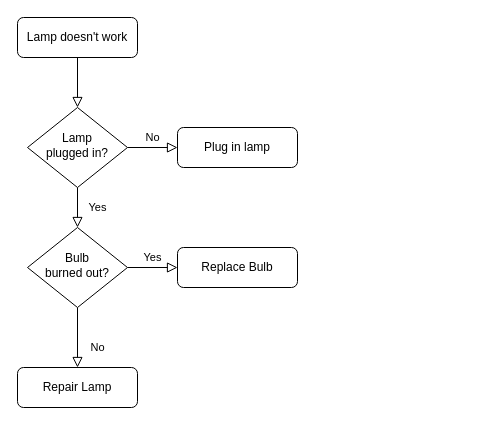
Earlier version of the draw.io diagram 服务端版本控制流程图.drawio (luohui1997/graph). Source tidied: cells renumbered, new cells numbered last; positions are measured from the earlier drawing's top-left corner, leaving out a move shared by most shapes. Both pictures are drawn from the tidied source at 100%, with x=0, y=0 at pixel (17, 17).
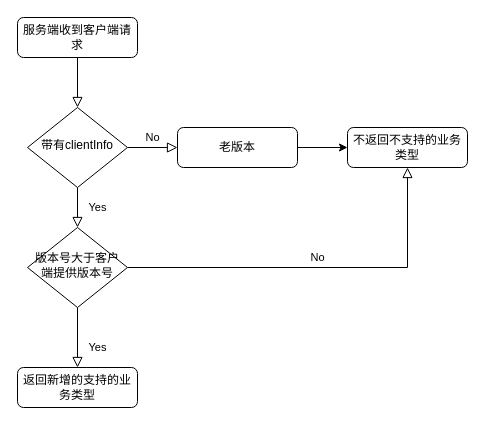
After the change.

Commit message:
更新服务端版本控制流程图.drawio

Diff of the diagram source:
```diff
@@
 <mxGraphModel>
   <root>
     <mxCell id="0" />
     <mxCell id="1" parent="0" />
     <mxCell id="2" style="rounded=0;html=1;jettySize=auto;fontSize=11;endArrow=block;endFill=0;endSize=8;strokeWidth=1;shadow=0;labelBackgroundColor=none;edgeStyle=orthogonalEdgeStyle;" parent="1" edge="1" source="3" target="6">
       <mxGeometry relative="1" as="geometry" />
     </mxCell>
-    <mxCell id="3" value="Lamp doesn't work" style="rounded=1;whiteSpace=wrap;html=1;fontSize=12;glass=0;strokeWidth=1;shadow=0;" parent="1" vertex="1">
+    <mxCell id="3" value="服务端收到客户端请求" style="rounded=1;whiteSpace=wrap;html=1;fontSize=12;glass=0;strokeWidth=1;shadow=0;" parent="1" vertex="1">
       <mxGeometry width="120" height="40" as="geometry" />
     </mxCell>
     <mxCell id="4" value="Yes" style="rounded=0;html=1;jettySize=auto;fontSize=11;endArrow=block;endFill=0;endSize=8;strokeWidth=1;shadow=0;labelBackgroundColor=none;edgeStyle=orthogonalEdgeStyle;" parent="1" edge="1" source="6" target="10">
       <mxGeometry y="20" relative="1" as="geometry" />
     </mxCell>
     <mxCell id="5" value="No" style="edgeStyle=orthogonalEdgeStyle;rounded=0;html=1;jettySize=auto;fontSize=11;endArrow=block;endFill=0;endSize=8;strokeWidth=1;shadow=0;labelBackgroundColor=none;" parent="1" edge="1" source="6" target="7">
       <mxGeometry y="10" relative="1" as="geometry" />
     </mxCell>
-    <mxCell id="6" value="Lamp&lt;br&gt;plugged in?" style="rhombus;whiteSpace=wrap;html=1;shadow=0;fontFamily=Helvetica;fontSize=12;align=center;strokeWidth=1;spacing=6;spacingTop=-4;" parent="1" vertex="1">
+    <mxCell id="6" value="带有clientInfo" style="rhombus;whiteSpace=wrap;html=1;shadow=0;fontFamily=Helvetica;fontSize=12;align=center;strokeWidth=1;spacing=6;spacingTop=-4;" parent="1" vertex="1">
       <mxGeometry x="10" y="90" width="100" height="80" as="geometry" />
     </mxCell>
+    <mxCell id="13" style="edgeStyle=orthogonalEdgeStyle;rounded=0;jettySize=auto;html=1;exitX=1;exitY=0.5;exitDx=0;exitDy=0;" parent="1" edge="1" source="7" target="14">
+      <mxGeometry relative="1" as="geometry" />
+    </mxCell>
-    <mxCell id="7" value="Plug in lamp" style="rounded=1;whiteSpace=wrap;html=1;fontSize=12;glass=0;strokeWidth=1;shadow=0;" parent="1" vertex="1">
+    <mxCell id="7" value="老版本" style="rounded=1;whiteSpace=wrap;html=1;fontSize=12;glass=0;strokeWidth=1;shadow=0;" parent="1" vertex="1">
       <mxGeometry x="160" y="110" width="120" height="40" as="geometry" />
     </mxCell>
-    <mxCell id="8" value="No" style="rounded=0;html=1;jettySize=auto;fontSize=11;endArrow=block;endFill=0;endSize=8;strokeWidth=1;shadow=0;labelBackgroundColor=none;edgeStyle=orthogonalEdgeStyle;" parent="1" edge="1" source="10" target="11">
+    <mxCell id="8" value="Yes" style="rounded=0;html=1;jettySize=auto;fontSize=11;endArrow=block;endFill=0;endSize=8;strokeWidth=1;shadow=0;labelBackgroundColor=none;edgeStyle=orthogonalEdgeStyle;" parent="1" edge="1" source="10" target="11">
       <mxGeometry x="0.33" y="20" relative="1" as="geometry" />
     </mxCell>
-    <mxCell id="9" value="Yes" style="edgeStyle=orthogonalEdgeStyle;rounded=0;html=1;jettySize=auto;fontSize=11;endArrow=block;endFill=0;endSize=8;strokeWidth=1;shadow=0;labelBackgroundColor=none;" parent="1" edge="1" source="10" target="12">
+    <mxCell id="9" value="No" style="edgeStyle=orthogonalEdgeStyle;rounded=0;html=1;jettySize=auto;fontSize=11;endArrow=block;endFill=0;endSize=8;strokeWidth=1;shadow=0;labelBackgroundColor=none;entryX=0.5;entryY=1;entryDx=0;entryDy=0;" parent="1" edge="1" source="10" target="14">
       <mxGeometry y="10" relative="1" as="geometry" />
     </mxCell>
-    <mxCell id="10" value="Bulb&lt;br&gt;burned out?" style="rhombus;whiteSpace=wrap;html=1;shadow=0;fontFamily=Helvetica;fontSize=12;align=center;strokeWidth=1;spacing=6;spacingTop=-4;" parent="1" vertex="1">
+    <mxCell id="10" value="版本号大于客户端提供版本号" style="rhombus;whiteSpace=wrap;html=1;shadow=0;fontFamily=Helvetica;fontSize=12;align=center;strokeWidth=1;spacing=6;spacingTop=-4;" parent="1" vertex="1">
       <mxGeometry x="10" y="210" width="100" height="80" as="geometry" />
     </mxCell>
-    <mxCell id="11" value="Repair Lamp" style="rounded=1;whiteSpace=wrap;html=1;fontSize=12;glass=0;strokeWidth=1;shadow=0;" parent="1" vertex="1">
+    <mxCell id="11" value="返回新增的支持的业务类型" style="rounded=1;whiteSpace=wrap;html=1;fontSize=12;glass=0;strokeWidth=1;shadow=0;" parent="1" vertex="1">
       <mxGeometry y="350" width="120" height="40" as="geometry" />
     </mxCell>
-    <mxCell id="12" value="Replace Bulb" style="rounded=1;whiteSpace=wrap;html=1;fontSize=12;glass=0;strokeWidth=1;shadow=0;" parent="1" vertex="1">
-      <mxGeometry x="160" y="230" width="120" height="40" as="geometry" />
-    </mxCell>
+    <mxCell id="14" value="不返回不支持的业务类型" style="rounded=1;whiteSpace=wrap;html=1;fontSize=12;glass=0;strokeWidth=1;shadow=0;" parent="1" vertex="1">
+      <mxGeometry x="330" y="110" width="120" height="40" as="geometry" />
+    </mxCell>
   </root>
 </mxGraphModel>
```
